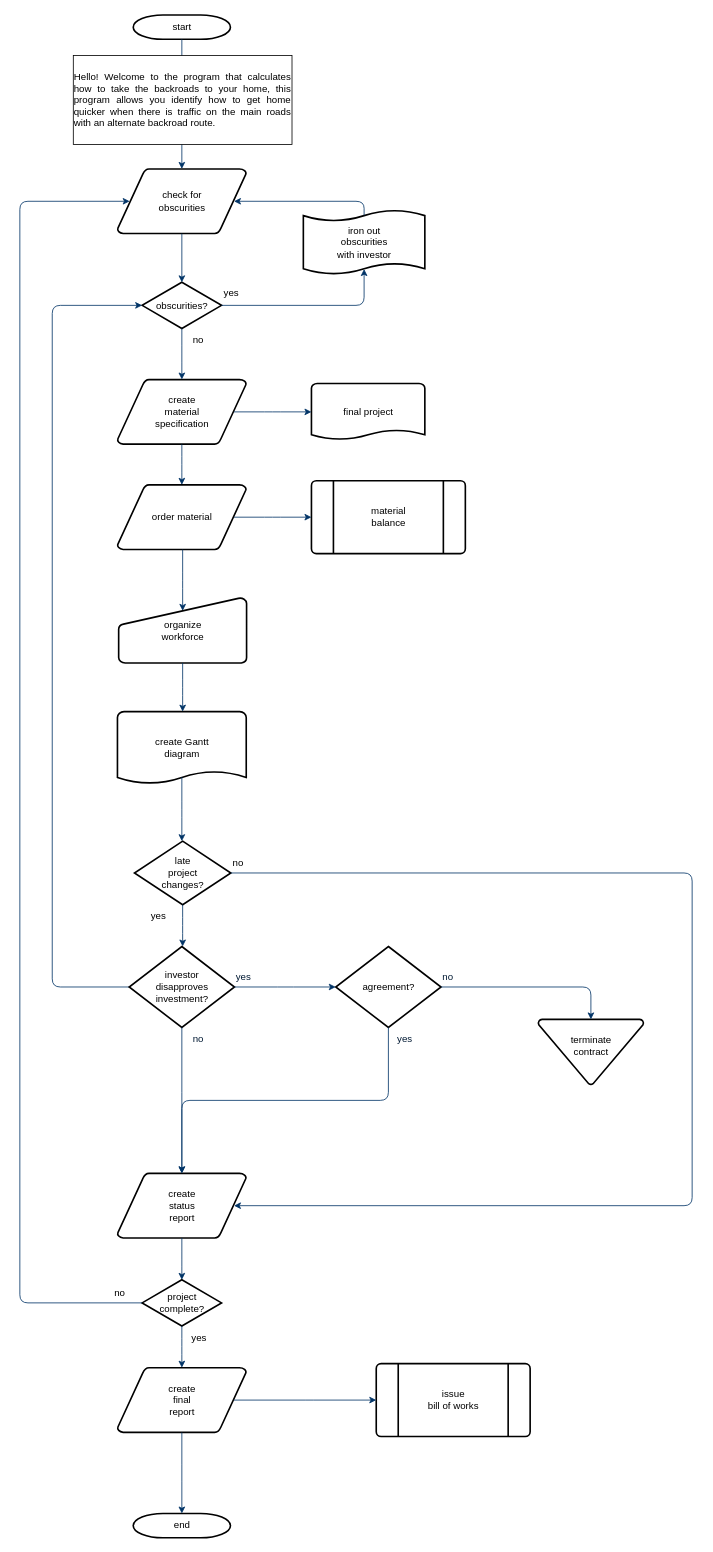
This is Untitled Diagram.drawio from JLanez/Complete-Python-3-Bootcamp, a draw.io file, before an edit. Source tidied: cells renumbered, new cells numbered last; positions are measured from the earlier drawing's top-left corner, leaving out a move shared by most shapes. Both pictures are drawn from the tidied source at 81%, with x=0, y=0 at pixel (19, 15).
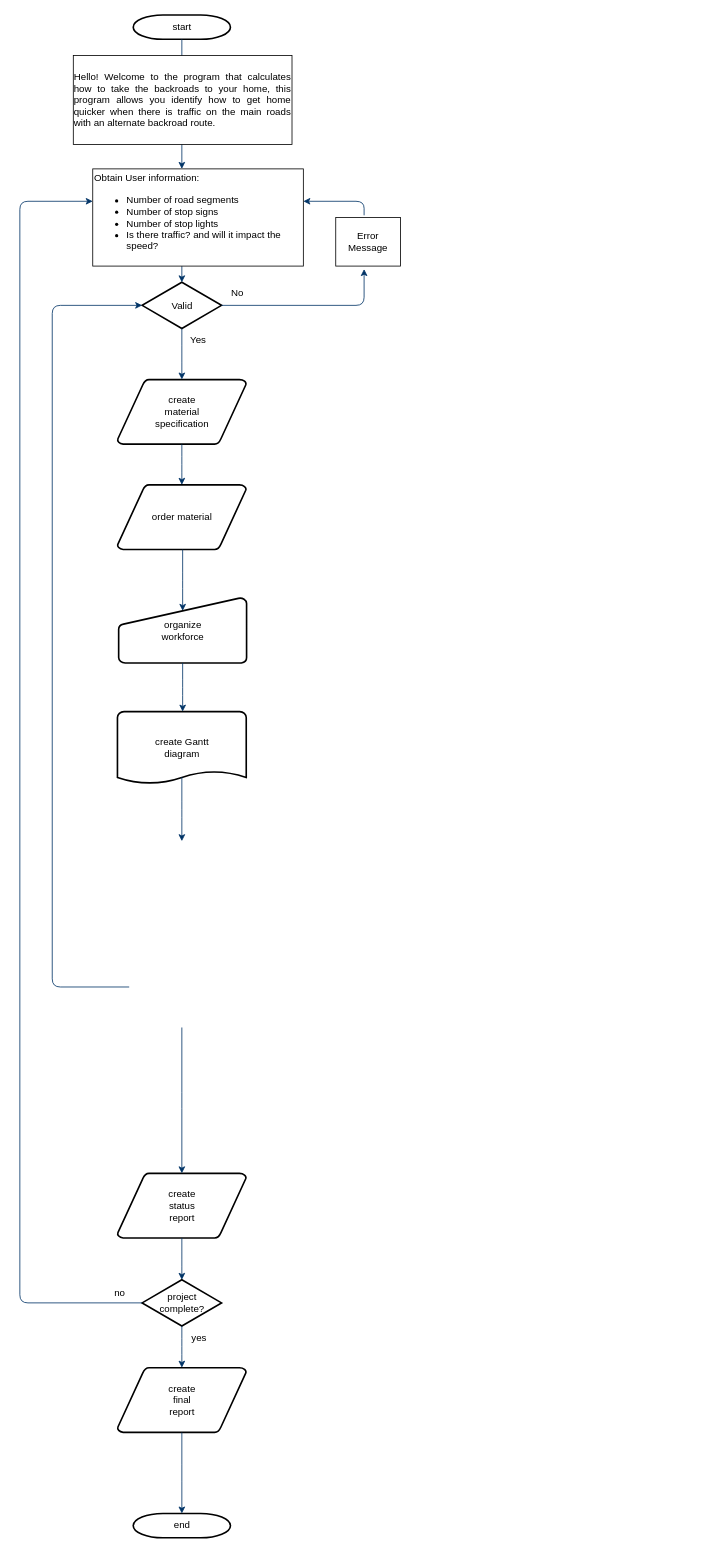
After the change.

Unchanged cells that the change refers to:
```xml
<mxCell id="3" value="create&#10;material&#10;specification" style="shape=mxgraph.flowchart.data;strokeWidth=2;gradientColor=none;gradientDirection=north;fontStyle=0;html=1;" parent="1" vertex="1">
  <mxGeometry x="120.5" y="450" width="159" height="80" as="geometry" />
</mxCell>
<mxCell id="12" value="order material" style="shape=mxgraph.flowchart.data;strokeWidth=2;gradientColor=none;gradientDirection=north;fontStyle=0;html=1;" parent="1" vertex="1">
  <mxGeometry x="120.5" y="580" width="159" height="80" as="geometry" />
</mxCell>
<mxCell id="21" value="create Gantt&#10;diagram" style="shape=mxgraph.flowchart.document;strokeWidth=2;gradientColor=none;gradientDirection=north;fontStyle=0;html=1;" parent="1" vertex="1">
  <mxGeometry x="120.5" y="860" width="159" height="90" as="geometry" />
</mxCell>
<mxCell id="33" value="create&#10;status&#10;report" style="shape=mxgraph.flowchart.data;strokeWidth=2;gradientColor=none;gradientDirection=north;fontStyle=0;html=1;" parent="1" vertex="1">
  <mxGeometry x="120.5" y="1430" width="159" height="80" as="geometry" />
</mxCell>
<mxCell id="36" value="project&#10;complete?" style="shape=mxgraph.flowchart.decision;strokeWidth=2;gradientColor=none;gradientDirection=north;fontStyle=0;html=1;" parent="1" vertex="1">
  <mxGeometry x="151" y="1561.5" width="98" height="57" as="geometry" />
</mxCell>
<mxCell id="37" value="create&#10;final&#10;report" style="shape=mxgraph.flowchart.data;strokeWidth=2;gradientColor=none;gradientDirection=north;fontStyle=0;html=1;" parent="1" vertex="1">
  <mxGeometry x="120.5" y="1670" width="159" height="80" as="geometry" />
</mxCell>
```

Diff of the diagram source:
```diff
@@
-    <mxCell id="4" value="check for&#10;obscurities" style="shape=mxgraph.flowchart.data;strokeWidth=2;gradientColor=none;gradientDirection=north;fontStyle=0;html=1;" parent="1" vertex="1">
-      <mxGeometry x="120.5" y="190" width="159" height="80" as="geometry" />
-    </mxCell>
-    <mxCell id="5" value="obscurities?" style="shape=mxgraph.flowchart.decision;strokeWidth=2;gradientColor=none;gradientDirection=north;fontStyle=0;html=1;" parent="1" vertex="1">
+    <mxCell id="5" value="Valid" style="shape=mxgraph.flowchart.decision;strokeWidth=2;gradientColor=none;gradientDirection=north;fontStyle=0;html=1;" parent="1" vertex="1">
       <mxGeometry x="151" y="330" width="98" height="57" as="geometry" />
     </mxCell>
@@
-    <mxCell id="7" style="fontStyle=1;strokeColor=#003366;strokeWidth=1;html=1;" parent="1" edge="1" target="4">
+    <mxCell id="7" style="fontStyle=1;strokeColor=#003366;strokeWidth=1;html=1;" parent="1" edge="1">
       <mxGeometry relative="1" as="geometry">
         <mxPoint x="200" y="150" as="sourcePoint" />
+        <mxPoint x="200" y="190" as="targetPoint" />
       </mxGeometry>
     </mxCell>
-    <mxCell id="8" style="entryX=0.5;entryY=0;entryPerimeter=0;fontStyle=1;strokeColor=#003366;strokeWidth=1;html=1;" parent="1" edge="1" source="4" target="5">
-      <mxGeometry relative="1" as="geometry" />
+    <mxCell id="8" style="entryX=0.5;entryY=0;entryPerimeter=0;fontStyle=1;strokeColor=#003366;strokeWidth=1;html=1;" parent="1" edge="1" target="5">
+      <mxGeometry relative="1" as="geometry">
+        <mxPoint x="200" y="310" as="sourcePoint" />
+      </mxGeometry>
     </mxCell>
-    <mxCell id="9" style="edgeStyle=elbowEdgeStyle;elbow=horizontal;entryX=0.5;entryY=0.91;entryPerimeter=0;exitX=1;exitY=0.5;exitPerimeter=0;fontStyle=1;strokeColor=#003366;strokeWidth=1;html=1;" parent="1" edge="1" source="5" target="50">
+    <mxCell id="9" style="edgeStyle=elbowEdgeStyle;elbow=horizontal;entryX=0.5;entryY=0.91;entryPerimeter=0;exitX=1;exitY=0.5;exitPerimeter=0;fontStyle=1;strokeColor=#003366;strokeWidth=1;html=1;" parent="1" edge="1" source="5">
       <mxGeometry x="381" y="28.5" as="geometry">
+        <mxPoint x="425" y="313.7" as="targetPoint" />
         <Array as="points">
           <mxPoint x="425" y="340" />
         </Array>
       </mxGeometry>
     </mxCell>
-    <mxCell id="10" value="yes" style="text;fontStyle=0;html=1;strokeColor=none;gradientColor=none;fillColor=none;strokeWidth=2;" parent="1" vertex="1">
+    <mxCell id="10" value="No&amp;nbsp;" style="text;fontStyle=0;html=1;strokeColor=none;gradientColor=none;fillColor=none;strokeWidth=2;align=center;" parent="1" vertex="1">
       <mxGeometry x="250" y="330" width="40" height="26" as="geometry" />
     </mxCell>
@@
-    <mxCell id="13" value="no" style="text;fontStyle=0;html=1;strokeColor=none;gradientColor=none;fillColor=none;strokeWidth=2;align=center;" parent="1" vertex="1">
+    <mxCell id="13" value="Yes" style="text;fontStyle=0;html=1;strokeColor=none;gradientColor=none;fillColor=none;strokeWidth=2;align=center;" parent="1" vertex="1">
       <mxGeometry x="200" y="387" width="40" height="26" as="geometry" />
     </mxCell>
-    <mxCell id="14" value="final project" style="shape=mxgraph.flowchart.document;strokeWidth=2;gradientColor=none;gradientDirection=north;fontStyle=0;html=1;" parent="1" vertex="1">
-      <mxGeometry x="360" y="455" width="140" height="70" as="geometry" />
-    </mxCell>
-    <mxCell id="15" style="edgeStyle=elbowEdgeStyle;elbow=horizontal;exitX=0.905;exitY=0.5;exitPerimeter=0;fontStyle=1;strokeColor=#003366;strokeWidth=1;html=1;" parent="1" edge="1" source="3" target="14">
-      <mxGeometry as="geometry" />
-    </mxCell>
@@
-    <mxCell id="17" value="material&#10;balance" style="shape=mxgraph.flowchart.predefined_process;strokeWidth=2;gradientColor=none;gradientDirection=north;fontStyle=0;html=1;" parent="1" vertex="1">
-      <mxGeometry x="360" y="575" width="190" height="90" as="geometry" />
-    </mxCell>
-    <mxCell id="18" style="edgeStyle=elbowEdgeStyle;elbow=horizontal;exitX=0.905;exitY=0.5;exitPerimeter=0;fontStyle=1;strokeColor=#003366;strokeWidth=1;html=1;" parent="1" edge="1" source="12" target="17">
-      <mxGeometry as="geometry" />
-    </mxCell>
@@
-    <mxCell id="23" value="late&#10;project&#10;changes?" style="shape=mxgraph.flowchart.decision;strokeWidth=2;gradientColor=none;gradientDirection=north;fontStyle=0;html=1;" parent="1" vertex="1">
-      <mxGeometry x="141.5" y="1020" width="119" height="78.5" as="geometry" />
-    </mxCell>
-    <mxCell id="24" style="edgeStyle=elbowEdgeStyle;elbow=horizontal;exitX=0.5;exitY=0.9;exitPerimeter=0;fontStyle=1;strokeColor=#003366;strokeWidth=1;html=1;" parent="1" edge="1" source="21" target="23">
-      <mxGeometry as="geometry" />
+    <mxCell id="24" style="edgeStyle=elbowEdgeStyle;elbow=horizontal;exitX=0.5;exitY=0.9;exitPerimeter=0;fontStyle=1;strokeColor=#003366;strokeWidth=1;html=1;" parent="1" edge="1" source="21">
+      <mxGeometry as="geometry">
+        <mxPoint x="200" y="1020" as="targetPoint" />
+      </mxGeometry>
     </mxCell>
-    <mxCell id="25" style="edgeStyle=elbowEdgeStyle;elbow=horizontal;exitX=0;exitY=0.5;exitPerimeter=0;entryX=0;entryY=0.5;entryPerimeter=0;fontStyle=1;strokeColor=#003366;strokeWidth=1;html=1;" parent="1" edge="1" source="27" target="5">
+    <mxCell id="25" style="edgeStyle=elbowEdgeStyle;elbow=horizontal;exitX=0;exitY=0.5;exitPerimeter=0;entryX=0;entryY=0.5;entryPerimeter=0;fontStyle=1;strokeColor=#003366;strokeWidth=1;html=1;" parent="1" edge="1" target="5">
       <mxGeometry as="geometry">
+        <mxPoint x="135" y="1200" as="sourcePoint" />
         <Array as="points">
           <mxPoint x="40" y="790" />
         </Array>
       </mxGeometry>
     </mxCell>
-    <mxCell id="26" value="yes" style="text;fontStyle=0;html=1;strokeColor=none;gradientColor=none;fillColor=none;strokeWidth=2;" parent="1" vertex="1">
-      <mxGeometry x="160" y="1098.5" width="40" height="26" as="geometry" />
-    </mxCell>
-    <mxCell id="27" value="investor&#10;disapproves&#10; investment?" style="shape=mxgraph.flowchart.decision;strokeWidth=2;gradientColor=none;gradientDirection=north;fontStyle=0;html=1;" parent="1" vertex="1">
-      <mxGeometry x="135" y="1150" width="130" height="100" as="geometry" />
-    </mxCell>
-    <mxCell id="28" value="agreement?" style="shape=mxgraph.flowchart.decision;strokeWidth=2;gradientColor=none;gradientDirection=north;fontStyle=0;html=1;" parent="1" vertex="1">
-      <mxGeometry x="390" y="1150" width="130" height="100" as="geometry" />
-    </mxCell>
-    <mxCell id="29" style="edgeStyle=elbowEdgeStyle;elbow=horizontal;exitX=0.5;exitY=1;exitPerimeter=0;fontStyle=1;strokeColor=#003366;strokeWidth=1;html=1;" parent="1" edge="1" source="23" target="27">
-      <mxGeometry as="geometry" />
-    </mxCell>
-    <mxCell id="30" style="edgeStyle=elbowEdgeStyle;elbow=horizontal;exitX=1;exitY=0.5;exitPerimeter=0;entryX=0;entryY=0.5;entryPerimeter=0;fontStyle=1;strokeColor=#003366;strokeWidth=1;html=1;" parent="1" edge="1" source="27" target="28">
-      <mxGeometry as="geometry" />
-    </mxCell>
-    <mxCell id="31" value="terminate&#10;contract&#10;" style="shape=mxgraph.flowchart.merge_or_storage;strokeWidth=2;gradientColor=none;gradientDirection=north;fontStyle=0;html=1;" parent="1" vertex="1">
-      <mxGeometry x="640" y="1240" width="130" height="80.5" as="geometry" />
-    </mxCell>
-    <mxCell id="32" style="edgeStyle=elbowEdgeStyle;elbow=vertical;exitX=1;exitY=0.5;exitPerimeter=0;entryX=0.5;entryY=0;entryPerimeter=0;fontStyle=1;strokeColor=#003366;strokeWidth=1;html=1;" parent="1" edge="1" source="28" target="31">
-      <mxGeometry as="geometry">
-        <Array as="points">
-          <mxPoint x="620" y="1200" />
-        </Array>
-      </mxGeometry>
-    </mxCell>
@@
-    <mxCell id="34" style="edgeStyle=elbowEdgeStyle;elbow=vertical;exitX=0.5;exitY=1;exitPerimeter=0;fontColor=#001933;fontStyle=1;strokeColor=#003366;strokeWidth=1;html=1;" parent="1" edge="1" source="27" target="33">
-      <mxGeometry as="geometry" />
+    <mxCell id="34" style="edgeStyle=elbowEdgeStyle;elbow=vertical;exitX=0.5;exitY=1;exitPerimeter=0;fontColor=#001933;fontStyle=1;strokeColor=#003366;strokeWidth=1;html=1;" parent="1" edge="1" target="33">
+      <mxGeometry as="geometry">
+        <mxPoint x="200" y="1250" as="sourcePoint" />
+      </mxGeometry>
     </mxCell>
-    <mxCell id="35" style="edgeStyle=elbowEdgeStyle;elbow=vertical;exitX=0.5;exitY=1;exitPerimeter=0;entryX=0.5;entryY=0;entryPerimeter=0;fontStyle=1;strokeColor=#003366;strokeWidth=1;html=1;" parent="1" edge="1" source="28" target="33">
-      <mxGeometry as="geometry" />
-    </mxCell>
@@
-    <mxCell id="38" value="issue&#10;bill of works" style="shape=mxgraph.flowchart.predefined_process;strokeWidth=2;gradientColor=none;gradientDirection=north;fontStyle=0;html=1;" parent="1" vertex="1">
-      <mxGeometry x="440" y="1665" width="190" height="90" as="geometry" />
-    </mxCell>
@@
-    <mxCell id="43" style="edgeStyle=elbowEdgeStyle;elbow=vertical;exitX=0.905;exitY=0.5;exitPerimeter=0;entryX=0;entryY=0.5;entryPerimeter=0;fontStyle=1;strokeColor=#003366;strokeWidth=1;html=1;" parent="1" edge="1" source="37" target="38">
-      <mxGeometry as="geometry" />
-    </mxCell>
-    <mxCell id="44" style="edgeStyle=elbowEdgeStyle;elbow=horizontal;exitX=1;exitY=0.5;exitPerimeter=0;entryX=0.905;entryY=0.5;entryPerimeter=0;fontStyle=1;strokeColor=#003366;strokeWidth=1;html=1;" parent="1" edge="1" source="23" target="33">
-      <mxGeometry as="geometry">
-        <Array as="points">
-          <mxPoint x="830" y="1260" />
-        </Array>
-      </mxGeometry>
-    </mxCell>
-    <mxCell id="45" value="no" style="text;fontStyle=0;html=1;strokeColor=none;gradientColor=none;fillColor=none;strokeWidth=2;" parent="1" vertex="1">
-      <mxGeometry x="260.5" y="1033.2" width="40" height="26" as="geometry" />
-    </mxCell>
-    <mxCell id="46" value="yes" style="text;fontColor=#001933;fontStyle=0;html=1;strokeColor=none;gradientColor=none;fillColor=none;strokeWidth=2;" parent="1" vertex="1">
-      <mxGeometry x="265" y="1174" width="40" height="26" as="geometry" />
-    </mxCell>
-    <mxCell id="47" value="no" style="text;fontColor=#001933;fontStyle=0;html=1;strokeColor=none;gradientColor=none;fillColor=none;strokeWidth=2;align=center;" parent="1" vertex="1">
-      <mxGeometry x="200" y="1250" width="40" height="26" as="geometry" />
-    </mxCell>
-    <mxCell id="48" value="yes" style="text;fontColor=#001933;fontStyle=0;html=1;strokeColor=none;gradientColor=none;fillColor=none;strokeWidth=2;align=center;" parent="1" vertex="1">
-      <mxGeometry x="455" y="1250" width="40" height="26" as="geometry" />
-    </mxCell>
-    <mxCell id="49" value="no" style="text;fontColor=#001933;fontStyle=0;html=1;strokeColor=none;gradientColor=none;fillColor=none;strokeWidth=2;" parent="1" vertex="1">
-      <mxGeometry x="520" y="1174" width="40" height="26" as="geometry" />
-    </mxCell>
-    <mxCell id="50" value="iron out&#10;obscurities &#10;with investor" style="shape=mxgraph.flowchart.paper_tape;strokeWidth=2;gradientColor=none;gradientDirection=north;fontStyle=0;html=1;" parent="1" vertex="1">
-      <mxGeometry x="350" y="240" width="150" height="81" as="geometry" />
-    </mxCell>
-    <mxCell id="51" style="edgeStyle=elbowEdgeStyle;elbow=horizontal;exitX=0.5;exitY=0.09;exitPerimeter=0;entryX=0.905;entryY=0.5;entryPerimeter=0;fontStyle=1;strokeColor=#003366;strokeWidth=1;html=1;" parent="1" edge="1" source="50" target="4">
+    <mxCell id="51" style="edgeStyle=elbowEdgeStyle;elbow=horizontal;exitX=0.5;exitY=0.09;exitPerimeter=0;fontStyle=1;strokeColor=#003366;strokeWidth=1;html=1;" parent="1" edge="1">
       <mxGeometry as="geometry">
+        <mxPoint x="425" y="247.3" as="sourcePoint" />
+        <mxPoint x="350" y="230" as="targetPoint" />
         <Array as="points">
           <mxPoint x="425" y="240" />
         </Array>
       </mxGeometry>
     </mxCell>
@@
-    <mxCell id="53" style="edgeStyle=elbowEdgeStyle;elbow=horizontal;exitX=0;exitY=0.5;exitPerimeter=0;entryX=0.095;entryY=0.5;entryPerimeter=0;fontStyle=1;strokeColor=#003366;strokeWidth=1;html=1;" parent="1" edge="1" source="36" target="4">
+    <mxCell id="53" style="edgeStyle=elbowEdgeStyle;elbow=horizontal;exitX=0;exitY=0.5;exitPerimeter=0;fontStyle=1;strokeColor=#003366;strokeWidth=1;html=1;" parent="1" edge="1" source="36">
       <mxGeometry as="geometry">
+        <mxPoint x="90" y="230" as="targetPoint" />
         <Array as="points">
           <mxPoint y="910" />
         </Array>
       </mxGeometry>
     </mxCell>
@@
+    <mxCell id="56" value="Obtain User information:&amp;nbsp;&lt;br&gt;&lt;ul&gt;&lt;li&gt;Number of road segments&lt;/li&gt;&lt;li&gt;Number of stop signs&lt;/li&gt;&lt;li&gt;Number of stop lights&lt;/li&gt;&lt;li&gt;Is there traffic? and will it impact the speed?&lt;/li&gt;&lt;/ul&gt;" style="rounded=0;whiteSpace=wrap;html=1;align=left;" parent="1" vertex="1">
+      <mxGeometry x="90" y="190" width="260" height="120" as="geometry" />
+    </mxCell>
+    <mxCell id="57" value="Error Message" style="rounded=0;whiteSpace=wrap;html=1;" parent="1" vertex="1">
+      <mxGeometry x="390" y="250" width="80" height="60" as="geometry" />
+    </mxCell>
```
